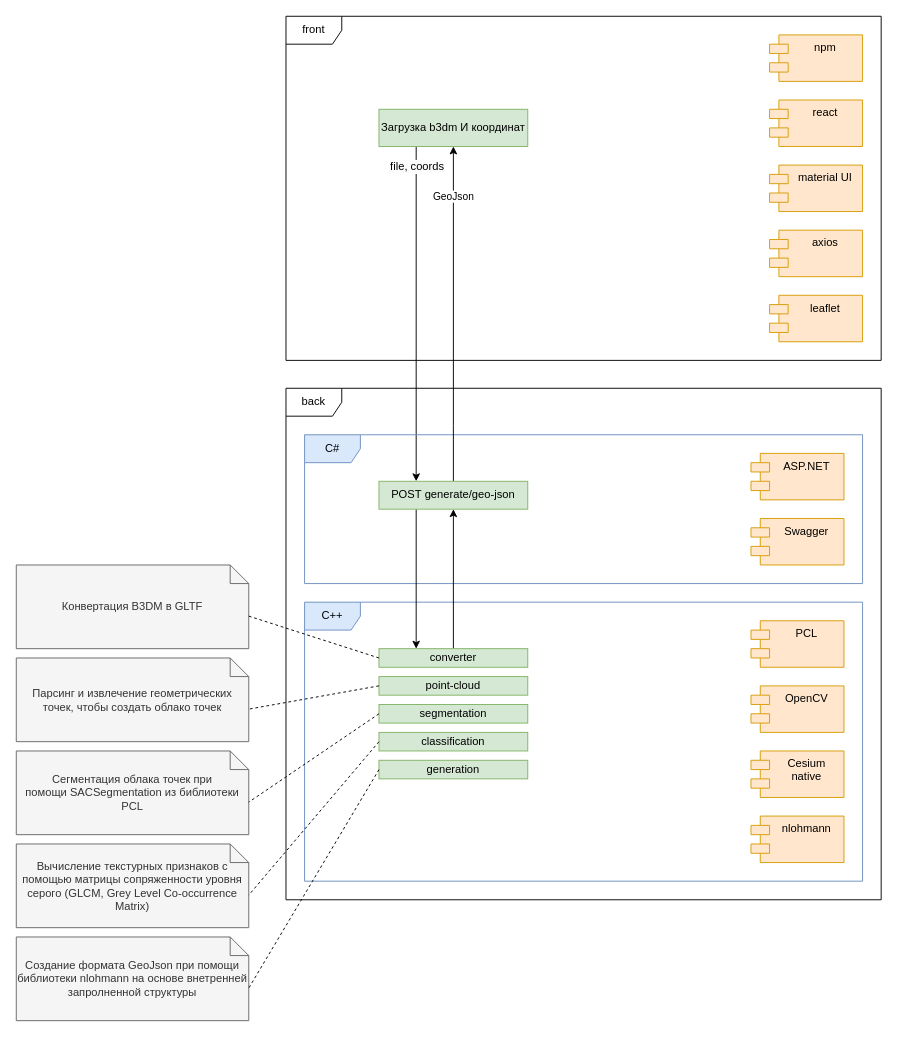
Above: geozilla-scheme.drawio in Nikolay961996/geozilla (draw.io), before the change. Source tidied: cells renumbered, new cells numbered last; positions are measured from the earlier drawing's top-left corner, leaving out a move shared by most shapes. Both pictures are drawn from the tidied source at 93%, with x=0, y=0 at pixel (16, 16).
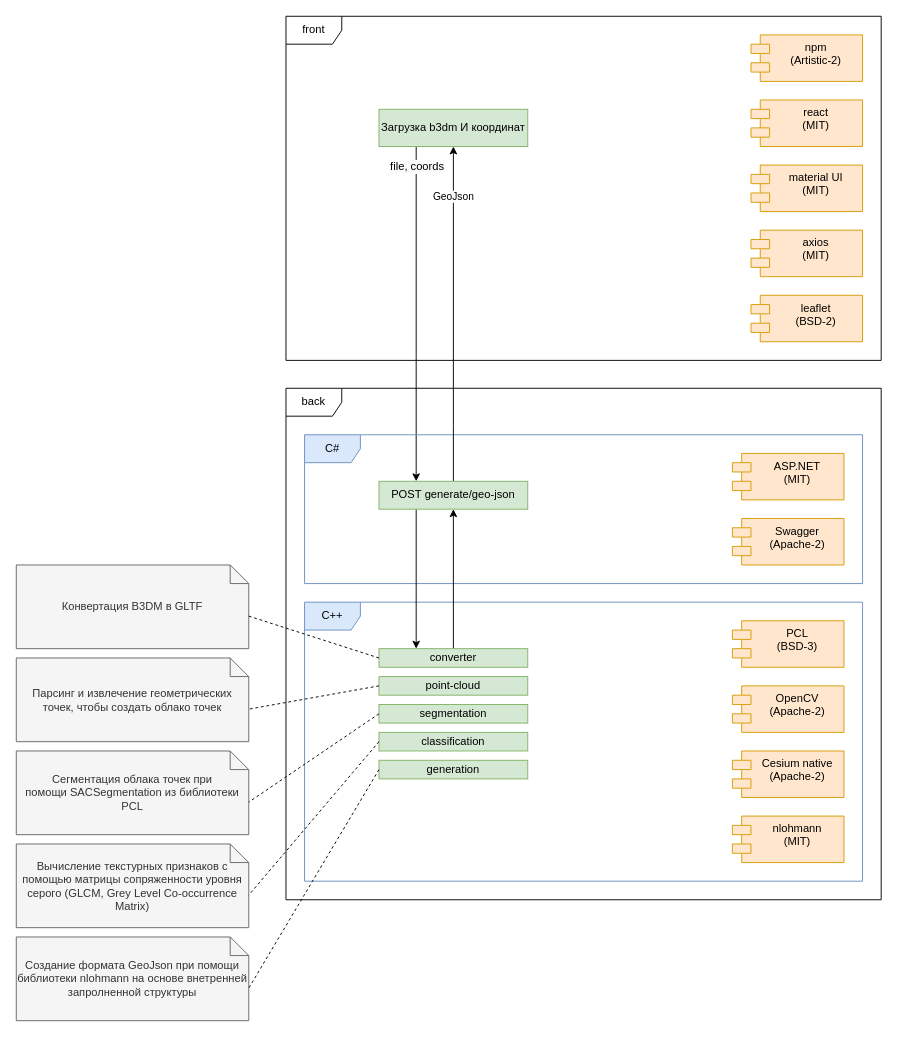
The same diagram, later.

Change to the diagram source:
```diff
@@
-    <mxCell id="3" value="npm" style="shape=module;align=left;spacingLeft=20;align=center;verticalAlign=top;whiteSpace=wrap;html=1;fillColor=#ffe6cc;strokeColor=#d79b00;" parent="1" vertex="1">
-      <mxGeometry x="810" y="20" width="100" height="50" as="geometry" />
+    <mxCell id="3" value="npm&lt;div&gt;(Artistic-2)&lt;/div&gt;" style="shape=module;align=left;spacingLeft=20;align=center;verticalAlign=top;whiteSpace=wrap;html=1;fillColor=#ffe6cc;strokeColor=#d79b00;" parent="1" vertex="1">
+      <mxGeometry x="790" y="20" width="120" height="50" as="geometry" />
     </mxCell>
-    <mxCell id="4" value="leaflet" style="shape=module;align=left;spacingLeft=20;align=center;verticalAlign=top;whiteSpace=wrap;html=1;fillColor=#ffe6cc;strokeColor=#d79b00;" parent="1" vertex="1">
-      <mxGeometry x="810" y="300" width="100" height="50" as="geometry" />
+    <mxCell id="4" value="leaflet&lt;div&gt;(BSD-2)&lt;/div&gt;" style="shape=module;align=left;spacingLeft=20;align=center;verticalAlign=top;whiteSpace=wrap;html=1;fillColor=#ffe6cc;strokeColor=#d79b00;" parent="1" vertex="1">
+      <mxGeometry x="790" y="300" width="120" height="50" as="geometry" />
     </mxCell>
-    <mxCell id="5" value="react" style="shape=module;align=left;spacingLeft=20;align=center;verticalAlign=top;whiteSpace=wrap;html=1;fillColor=#ffe6cc;strokeColor=#d79b00;" parent="1" vertex="1">
-      <mxGeometry x="810" y="90" width="100" height="50" as="geometry" />
+    <mxCell id="5" value="react&lt;div&gt;(MIT)&lt;/div&gt;" style="shape=module;align=left;spacingLeft=20;align=center;verticalAlign=top;whiteSpace=wrap;html=1;fillColor=#ffe6cc;strokeColor=#d79b00;" parent="1" vertex="1">
+      <mxGeometry x="790" y="90" width="120" height="50" as="geometry" />
     </mxCell>
-    <mxCell id="6" value="material UI" style="shape=module;align=left;spacingLeft=20;align=center;verticalAlign=top;whiteSpace=wrap;html=1;fillColor=#ffe6cc;strokeColor=#d79b00;" parent="1" vertex="1">
-      <mxGeometry x="810" y="160" width="100" height="50" as="geometry" />
+    <mxCell id="6" value="material UI&lt;div&gt;(MIT)&lt;/div&gt;" style="shape=module;align=left;spacingLeft=20;align=center;verticalAlign=top;whiteSpace=wrap;html=1;fillColor=#ffe6cc;strokeColor=#d79b00;" parent="1" vertex="1">
+      <mxGeometry x="790" y="160" width="120" height="50" as="geometry" />
     </mxCell>
-    <mxCell id="7" value="axios" style="shape=module;align=left;spacingLeft=20;align=center;verticalAlign=top;whiteSpace=wrap;html=1;fillColor=#ffe6cc;strokeColor=#d79b00;" parent="1" vertex="1">
-      <mxGeometry x="810" y="230" width="100" height="50" as="geometry" />
+    <mxCell id="7" value="axios&lt;div&gt;(MIT)&lt;br&gt;&lt;/div&gt;" style="shape=module;align=left;spacingLeft=20;align=center;verticalAlign=top;whiteSpace=wrap;html=1;fillColor=#ffe6cc;strokeColor=#d79b00;" parent="1" vertex="1">
+      <mxGeometry x="790" y="230" width="120" height="50" as="geometry" />
     </mxCell>
@@
-    <mxCell id="14" value="ASP.NET" style="shape=module;align=left;spacingLeft=20;align=center;verticalAlign=top;whiteSpace=wrap;html=1;fillColor=#ffe6cc;strokeColor=#d79b00;" parent="1" vertex="1">
-      <mxGeometry x="790" y="470" width="100" height="50" as="geometry" />
+    <mxCell id="14" value="ASP.NET&lt;div&gt;(MIT)&lt;/div&gt;" style="shape=module;align=left;spacingLeft=20;align=center;verticalAlign=top;whiteSpace=wrap;html=1;fillColor=#ffe6cc;strokeColor=#d79b00;" parent="1" vertex="1">
+      <mxGeometry x="770" y="470" width="120" height="50" as="geometry" />
     </mxCell>
-    <mxCell id="15" value="Swagger" style="shape=module;align=left;spacingLeft=20;align=center;verticalAlign=top;whiteSpace=wrap;html=1;fillColor=#ffe6cc;strokeColor=#d79b00;" parent="1" vertex="1">
-      <mxGeometry x="790" y="540" width="100" height="50" as="geometry" />
+    <mxCell id="15" value="Swagger&lt;div&gt;(Apache-2)&lt;br&gt;&lt;/div&gt;" style="shape=module;align=left;spacingLeft=20;align=center;verticalAlign=top;whiteSpace=wrap;html=1;fillColor=#ffe6cc;strokeColor=#d79b00;" parent="1" vertex="1">
+      <mxGeometry x="770" y="540" width="120" height="50" as="geometry" />
     </mxCell>
@@
-    <mxCell id="19" value="PCL" style="shape=module;align=left;spacingLeft=20;align=center;verticalAlign=top;whiteSpace=wrap;html=1;fillColor=#ffe6cc;strokeColor=#d79b00;" parent="1" vertex="1">
-      <mxGeometry x="790" y="650" width="100" height="50" as="geometry" />
+    <mxCell id="19" value="PCL&lt;br&gt;(BSD-3)" style="shape=module;align=left;spacingLeft=20;align=center;verticalAlign=top;whiteSpace=wrap;html=1;fillColor=#ffe6cc;strokeColor=#d79b00;" parent="1" vertex="1">
+      <mxGeometry x="770" y="650" width="120" height="50" as="geometry" />
     </mxCell>
-    <mxCell id="20" value="OpenCV" style="shape=module;align=left;spacingLeft=20;align=center;verticalAlign=top;whiteSpace=wrap;html=1;fillColor=#ffe6cc;strokeColor=#d79b00;" parent="1" vertex="1">
-      <mxGeometry x="790" y="720" width="100" height="50" as="geometry" />
+    <mxCell id="20" value="OpenCV&lt;div&gt;(Apache-2)&lt;/div&gt;" style="shape=module;align=left;spacingLeft=20;align=center;verticalAlign=top;whiteSpace=wrap;html=1;fillColor=#ffe6cc;strokeColor=#d79b00;" parent="1" vertex="1">
+      <mxGeometry x="770" y="720" width="120" height="50" as="geometry" />
     </mxCell>
-    <mxCell id="21" value="Cesium&lt;div&gt;native&lt;/div&gt;" style="shape=module;align=left;spacingLeft=20;align=center;verticalAlign=top;whiteSpace=wrap;html=1;fillColor=#ffe6cc;strokeColor=#d79b00;" parent="1" vertex="1">
-      <mxGeometry x="790" y="790" width="100" height="50" as="geometry" />
+    <mxCell id="21" value="Cesium&amp;nbsp;&lt;span style=&quot;background-color: initial;&quot;&gt;native&lt;/span&gt;&lt;div&gt;(Apache-2)&lt;br&gt;&lt;/div&gt;" style="shape=module;align=left;spacingLeft=20;align=center;verticalAlign=top;whiteSpace=wrap;html=1;fillColor=#ffe6cc;strokeColor=#d79b00;" parent="1" vertex="1">
+      <mxGeometry x="770" y="790" width="120" height="50" as="geometry" />
     </mxCell>
@@
-    <mxCell id="30" value="nlohmann" style="shape=module;align=left;spacingLeft=20;align=center;verticalAlign=top;whiteSpace=wrap;html=1;fillColor=#ffe6cc;strokeColor=#d79b00;" parent="1" vertex="1">
-      <mxGeometry x="790" y="860" width="100" height="50" as="geometry" />
+    <mxCell id="30" value="nlohmann&lt;br&gt;(MIT)" style="shape=module;align=left;spacingLeft=20;align=center;verticalAlign=top;whiteSpace=wrap;html=1;fillColor=#ffe6cc;strokeColor=#d79b00;" parent="1" vertex="1">
+      <mxGeometry x="770" y="860" width="120" height="50" as="geometry" />
     </mxCell>
```
